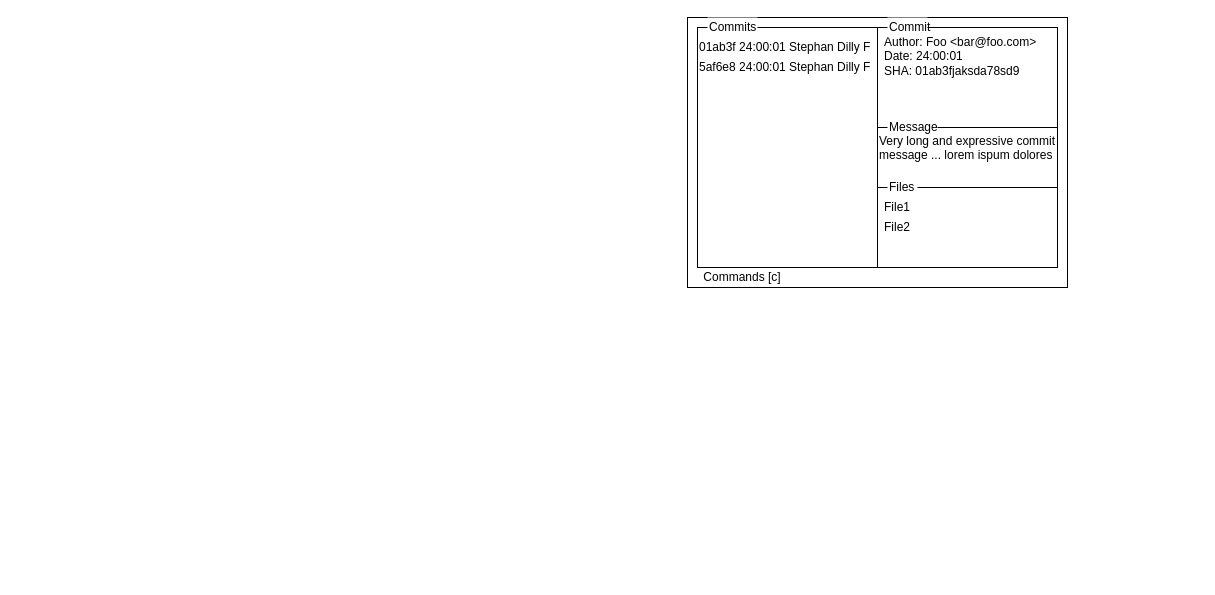
Above: assets/log-commit-info.drawio in gnostr-org/gnostr (draw.io), before the change. Source tidied: cells renumbered, new cells numbered last; positions are measured from the earlier drawing's top-left corner, leaving out a move shared by most shapes. Both pictures are drawn from the tidied source at 100%, with x=0, y=0 at pixel (687, 17).
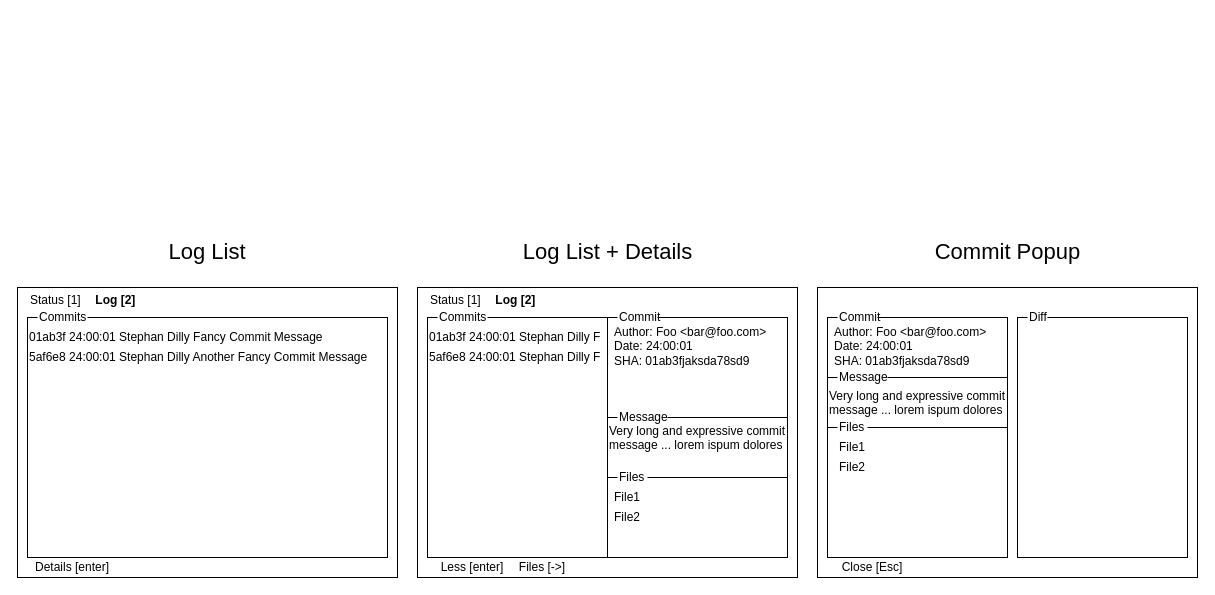
Above is the later version.

Commit message:
added potential commit info popup illustration

Diff of the diagram source:
```diff
@@
     <mxCell id="2" style="rounded=0;whiteSpace=wrap;html=1;" parent="1" vertex="1">
-      <mxGeometry x="210" y="80" width="170" height="180" as="geometry" />
+      <mxGeometry x="160" y="370" width="170" height="180" as="geometry" />
     </mxCell>
     <mxCell id="3" style="rounded=0;whiteSpace=wrap;html=1;" parent="1" vertex="1">
-      <mxGeometry width="380" height="270" as="geometry" />
+      <mxGeometry x="130" y="270" width="380" height="290" as="geometry" />
     </mxCell>
-    <mxCell id="4" style="rounded=0;whiteSpace=wrap;html=1;" parent="1" vertex="1">
-      <mxGeometry x="10" y="10" width="180" height="240" as="geometry" />
-    </mxCell>
     <mxCell id="5" style="rounded=0;whiteSpace=wrap;html=1;" parent="1" vertex="1">
-      <mxGeometry x="190" y="10" width="180" height="240" as="geometry" />
+      <mxGeometry x="140" y="300" width="180" height="240" as="geometry" />
     </mxCell>
-    <mxCell id="6" value="01ab3f 24:00:01 Stephan Dilly F" style="text;html=1;strokeColor=none;fillColor=none;align=left;verticalAlign=middle;whiteSpace=wrap;rounded=0;" parent="1" vertex="1">
-      <mxGeometry x="10" y="20" width="180" height="20" as="geometry" />
-    </mxCell>
     <mxCell id="7" value="Author: Foo &amp;lt;bar@foo.com&amp;gt;&lt;br&gt;Date: 24:00:01&lt;br&gt;SHA: 01ab3fjaksda78sd9" style="text;html=1;strokeColor=none;fillColor=none;align=left;verticalAlign=top;whiteSpace=wrap;rounded=0;spacingLeft=5;spacingTop=1;" parent="1" vertex="1">
-      <mxGeometry x="190" y="10" width="180" height="50" as="geometry" />
+      <mxGeometry x="140" y="300" width="180" height="50" as="geometry" />
     </mxCell>
     <mxCell id="8" style="rounded=0;whiteSpace=wrap;html=1;" parent="1" vertex="1">
-      <mxGeometry x="190" y="110" width="180" height="140" as="geometry" />
+      <mxGeometry x="140" y="360" width="180" height="50" as="geometry" />
     </mxCell>
     <mxCell id="9" value="Message" style="text;html=1;strokeColor=none;fillColor=#ffffff;align=left;verticalAlign=middle;whiteSpace=wrap;rounded=0;" parent="1" vertex="1">
-      <mxGeometry x="200" y="100" width="50" height="20" as="geometry" />
+      <mxGeometry x="150" y="350" width="50" height="20" as="geometry" />
     </mxCell>
     <mxCell id="10" value="Very long and expressive commit message ... lorem ispum dolores" style="text;html=1;strokeColor=none;fillColor=none;align=left;verticalAlign=top;whiteSpace=wrap;rounded=0;" parent="1" vertex="1">
-      <mxGeometry x="190" y="110" width="180" height="40" as="geometry" />
+      <mxGeometry x="140" y="365" width="180" height="40" as="geometry" />
     </mxCell>
     <mxCell id="11" value="Commit" style="text;html=1;strokeColor=none;fillColor=#ffffff;align=left;verticalAlign=middle;rounded=0;" parent="1" vertex="1">
-      <mxGeometry x="200" width="40" height="20" as="geometry" />
+      <mxGeometry x="150" y="290" width="40" height="20" as="geometry" />
     </mxCell>
-    <mxCell id="12" value="Commits" style="text;html=1;strokeColor=none;fillColor=#ffffff;align=left;verticalAlign=middle;rounded=0;" parent="1" vertex="1">
-      <mxGeometry x="20" width="50" height="20" as="geometry" />
-    </mxCell>
-    <mxCell id="13" value="5af6e8 24:00:01 Stephan Dilly F" style="text;html=1;strokeColor=none;fillColor=none;align=left;verticalAlign=middle;whiteSpace=wrap;rounded=0;" parent="1" vertex="1">
-      <mxGeometry x="10" y="40" width="180" height="20" as="geometry" />
-    </mxCell>
-    <mxCell id="14" value="Commands [c]" style="text;html=1;strokeColor=none;fillColor=none;align=center;verticalAlign=middle;whiteSpace=wrap;rounded=0;" parent="1" vertex="1">
-      <mxGeometry x="10" y="250" width="90" height="20" as="geometry" />
+    <mxCell id="14" value="Close [Esc]" style="text;html=1;strokeColor=none;fillColor=none;align=center;verticalAlign=middle;whiteSpace=wrap;rounded=0;" parent="1" vertex="1">
+      <mxGeometry x="140" y="540" width="90" height="20" as="geometry" />
     </mxCell>
     <mxCell id="15" style="rounded=0;whiteSpace=wrap;html=1;" parent="1" vertex="1">
-      <mxGeometry x="190" y="170" width="180" height="80" as="geometry" />
+      <mxGeometry x="140" y="410" width="180" height="130" as="geometry" />
     </mxCell>
     <mxCell id="16" value="Files" style="text;html=1;strokeColor=none;fillColor=#ffffff;align=left;verticalAlign=middle;whiteSpace=wrap;rounded=0;" parent="1" vertex="1">
-      <mxGeometry x="200" y="160" width="30" height="20" as="geometry" />
+      <mxGeometry x="150" y="400" width="30" height="20" as="geometry" />
     </mxCell>
     <mxCell id="17" value="File1" style="text;html=1;strokeColor=none;fillColor=none;align=center;verticalAlign=middle;whiteSpace=wrap;rounded=0;" parent="1" vertex="1">
-      <mxGeometry x="190" y="180" width="40" height="20" as="geometry" />
+      <mxGeometry x="145" y="420" width="40" height="20" as="geometry" />
     </mxCell>
     <mxCell id="18" value="File2" style="text;html=1;strokeColor=none;fillColor=none;align=center;verticalAlign=middle;whiteSpace=wrap;rounded=0;" parent="1" vertex="1">
-      <mxGeometry x="190" y="200" width="40" height="20" as="geometry" />
+      <mxGeometry x="145" y="440" width="40" height="20" as="geometry" />
     </mxCell>
+    <mxCell id="19" style="rounded=0;whiteSpace=wrap;html=1;" parent="1" vertex="1">
+      <mxGeometry x="330" y="300" width="170" height="240" as="geometry" />
+    </mxCell>
+    <mxCell id="20" value="Diff" style="text;html=1;strokeColor=none;fillColor=#ffffff;align=left;verticalAlign=middle;rounded=0;" parent="1" vertex="1">
+      <mxGeometry x="340" y="290" width="20" height="20" as="geometry" />
+    </mxCell>
+    <mxCell id="21" style="rounded=0;whiteSpace=wrap;html=1;" parent="1" vertex="1">
+      <mxGeometry x="-60" y="370" width="170" height="180" as="geometry" />
+    </mxCell>
+    <mxCell id="22" style="rounded=0;whiteSpace=wrap;html=1;" parent="1" vertex="1">
+      <mxGeometry x="-270" y="270" width="380" height="290" as="geometry" />
+    </mxCell>
+    <mxCell id="23" style="rounded=0;whiteSpace=wrap;html=1;" parent="1" vertex="1">
+      <mxGeometry x="-260" y="300" width="180" height="240" as="geometry" />
+    </mxCell>
+    <mxCell id="24" style="rounded=0;whiteSpace=wrap;html=1;" parent="1" vertex="1">
+      <mxGeometry x="-80" y="300" width="180" height="240" as="geometry" />
+    </mxCell>
+    <mxCell id="6" value="01ab3f 24:00:01 Stephan Dilly F" style="text;html=1;strokeColor=none;fillColor=none;align=left;verticalAlign=middle;whiteSpace=wrap;rounded=0;" parent="1" vertex="1">
+      <mxGeometry x="-260" y="310" width="180" height="20" as="geometry" />
+    </mxCell>
+    <mxCell id="25" value="Author: Foo &amp;lt;bar@foo.com&amp;gt;&lt;br&gt;Date: 24:00:01&lt;br&gt;SHA: 01ab3fjaksda78sd9" style="text;html=1;strokeColor=none;fillColor=none;align=left;verticalAlign=top;whiteSpace=wrap;rounded=0;spacingLeft=5;spacingTop=1;" parent="1" vertex="1">
+      <mxGeometry x="-80" y="300" width="180" height="50" as="geometry" />
+    </mxCell>
+    <mxCell id="26" style="rounded=0;whiteSpace=wrap;html=1;" parent="1" vertex="1">
+      <mxGeometry x="-80" y="400" width="180" height="140" as="geometry" />
+    </mxCell>
+    <mxCell id="27" value="Message" style="text;html=1;strokeColor=none;fillColor=#ffffff;align=left;verticalAlign=middle;whiteSpace=wrap;rounded=0;" parent="1" vertex="1">
+      <mxGeometry x="-70" y="390" width="50" height="20" as="geometry" />
+    </mxCell>
+    <mxCell id="28" value="Very long and expressive commit message ... lorem ispum dolores" style="text;html=1;strokeColor=none;fillColor=none;align=left;verticalAlign=top;whiteSpace=wrap;rounded=0;" parent="1" vertex="1">
+      <mxGeometry x="-80" y="400" width="180" height="40" as="geometry" />
+    </mxCell>
+    <mxCell id="29" value="Commit" style="text;html=1;strokeColor=none;fillColor=#ffffff;align=left;verticalAlign=middle;rounded=0;" parent="1" vertex="1">
+      <mxGeometry x="-70" y="290" width="40" height="20" as="geometry" />
+    </mxCell>
+    <mxCell id="30" value="Commits" style="text;html=1;strokeColor=none;fillColor=#ffffff;align=left;verticalAlign=middle;rounded=0;" parent="1" vertex="1">
+      <mxGeometry x="-250" y="290" width="50" height="20" as="geometry" />
+    </mxCell>
+    <mxCell id="13" value="5af6e8 24:00:01 Stephan Dilly F" style="text;html=1;strokeColor=none;fillColor=none;align=left;verticalAlign=middle;whiteSpace=wrap;rounded=0;" parent="1" vertex="1">
+      <mxGeometry x="-260" y="330" width="180" height="20" as="geometry" />
+    </mxCell>
+    <mxCell id="31" value="Less [enter]" style="text;html=1;strokeColor=none;fillColor=none;align=center;verticalAlign=middle;whiteSpace=wrap;rounded=0;" parent="1" vertex="1">
+      <mxGeometry x="-260" y="540" width="90" height="20" as="geometry" />
+    </mxCell>
+    <mxCell id="32" style="rounded=0;whiteSpace=wrap;html=1;" parent="1" vertex="1">
+      <mxGeometry x="-80" y="460" width="180" height="80" as="geometry" />
+    </mxCell>
+    <mxCell id="33" value="Files" style="text;html=1;strokeColor=none;fillColor=#ffffff;align=left;verticalAlign=middle;whiteSpace=wrap;rounded=0;" parent="1" vertex="1">
+      <mxGeometry x="-70" y="450" width="30" height="20" as="geometry" />
+    </mxCell>
+    <mxCell id="34" value="File1" style="text;html=1;strokeColor=none;fillColor=none;align=center;verticalAlign=middle;whiteSpace=wrap;rounded=0;" parent="1" vertex="1">
+      <mxGeometry x="-80" y="470" width="40" height="20" as="geometry" />
+    </mxCell>
+    <mxCell id="35" value="File2" style="text;html=1;strokeColor=none;fillColor=none;align=center;verticalAlign=middle;whiteSpace=wrap;rounded=0;" parent="1" vertex="1">
+      <mxGeometry x="-80" y="490" width="40" height="20" as="geometry" />
+    </mxCell>
+    <mxCell id="36" style="rounded=0;whiteSpace=wrap;html=1;" parent="1" vertex="1">
+      <mxGeometry x="-670" y="270" width="380" height="290" as="geometry" />
+    </mxCell>
+    <mxCell id="37" value="Details [enter]" style="text;html=1;strokeColor=none;fillColor=none;align=center;verticalAlign=middle;whiteSpace=wrap;rounded=0;" parent="1" vertex="1">
+      <mxGeometry x="-660" y="540" width="90" height="20" as="geometry" />
+    </mxCell>
+    <mxCell id="38" style="rounded=0;whiteSpace=wrap;html=1;" parent="1" vertex="1">
+      <mxGeometry x="-660" y="300" width="360" height="240" as="geometry" />
+    </mxCell>
+    <mxCell id="39" value="Commits" style="text;html=1;strokeColor=none;fillColor=#ffffff;align=left;verticalAlign=middle;rounded=0;" parent="1" vertex="1">
+      <mxGeometry x="-650" y="290" width="50" height="20" as="geometry" />
+    </mxCell>
+    <mxCell id="40" value="Files [-&amp;gt;]" style="text;html=1;strokeColor=none;fillColor=none;align=center;verticalAlign=middle;whiteSpace=wrap;rounded=0;" parent="1" vertex="1">
+      <mxGeometry x="-180" y="540" width="70" height="20" as="geometry" />
+    </mxCell>
+    <mxCell id="41" value="Status [1]&amp;nbsp;" style="text;html=1;strokeColor=none;fillColor=none;align=center;verticalAlign=middle;whiteSpace=wrap;rounded=0;" parent="1" vertex="1">
+      <mxGeometry x="-660" y="273" width="60" height="20" as="geometry" />
+    </mxCell>
+    <mxCell id="42" value="&lt;b&gt;Log [2]&lt;/b&gt;&amp;nbsp;" style="text;html=1;strokeColor=none;fillColor=none;align=center;verticalAlign=middle;whiteSpace=wrap;rounded=0;" parent="1" vertex="1">
+      <mxGeometry x="-600" y="273" width="60" height="20" as="geometry" />
+    </mxCell>
+    <mxCell id="43" value="Status [1]&amp;nbsp;" style="text;html=1;strokeColor=none;fillColor=none;align=center;verticalAlign=middle;whiteSpace=wrap;rounded=0;" parent="1" vertex="1">
+      <mxGeometry x="-260" y="273" width="60" height="20" as="geometry" />
+    </mxCell>
+    <mxCell id="44" value="&lt;b&gt;Log [2]&lt;/b&gt;&amp;nbsp;" style="text;html=1;strokeColor=none;fillColor=none;align=center;verticalAlign=middle;whiteSpace=wrap;rounded=0;" parent="1" vertex="1">
+      <mxGeometry x="-200" y="273" width="60" height="20" as="geometry" />
+    </mxCell>
+    <mxCell id="45" value="&lt;span&gt;5af6e8 24:00:01 Stephan Dilly Another Fancy Commit Message&lt;/span&gt;" style="text;html=1;strokeColor=none;fillColor=none;align=left;verticalAlign=middle;whiteSpace=wrap;rounded=0;" parent="1" vertex="1">
+      <mxGeometry x="-660" y="330" width="360" height="20" as="geometry" />
+    </mxCell>
+    <mxCell id="46" value="01ab3f 24:00:01 Stephan Dilly Fancy Commit Message" style="text;html=1;strokeColor=none;fillColor=none;align=left;verticalAlign=middle;whiteSpace=wrap;rounded=0;" parent="1" vertex="1">
+      <mxGeometry x="-660" y="310" width="360" height="20" as="geometry" />
+    </mxCell>
+    <mxCell id="47" value="Log List" style="text;html=1;strokeColor=none;fillColor=none;align=center;verticalAlign=middle;whiteSpace=wrap;rounded=0;fontSize=22;" parent="1" vertex="1">
+      <mxGeometry x="-545" y="220" width="130" height="30" as="geometry" />
+    </mxCell>
+    <mxCell id="48" value="Log List + Details" style="text;html=1;strokeColor=none;fillColor=none;align=center;verticalAlign=middle;whiteSpace=wrap;rounded=0;fontSize=22;" parent="1" vertex="1">
+      <mxGeometry x="-177.5" y="212.5" width="195" height="45" as="geometry" />
+    </mxCell>
+    <mxCell id="49" value="Commit Popup" style="text;html=1;strokeColor=none;fillColor=none;align=center;verticalAlign=middle;whiteSpace=wrap;rounded=0;fontSize=22;" parent="1" vertex="1">
+      <mxGeometry x="222.5" y="212.5" width="195" height="45" as="geometry" />
+    </mxCell>
```
